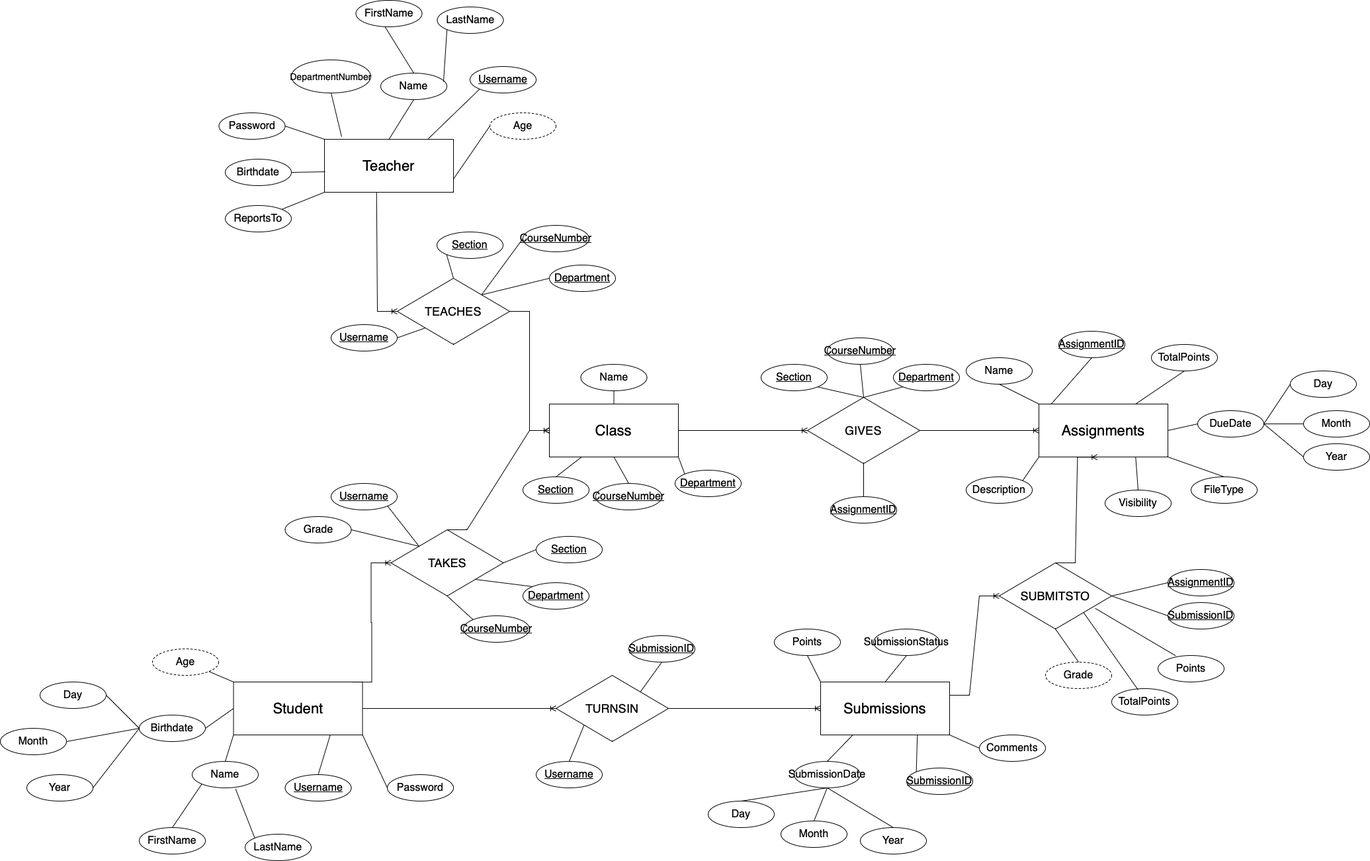
Earlier version of the draw.io export Documentation/erDiagramBenaWiesner.png (bbena99/DB_FP). Source tidied: cells renumbered, new cells last; positions are measured from the earlier drawing's top-left corner, leaving out a move shared by most shapes.
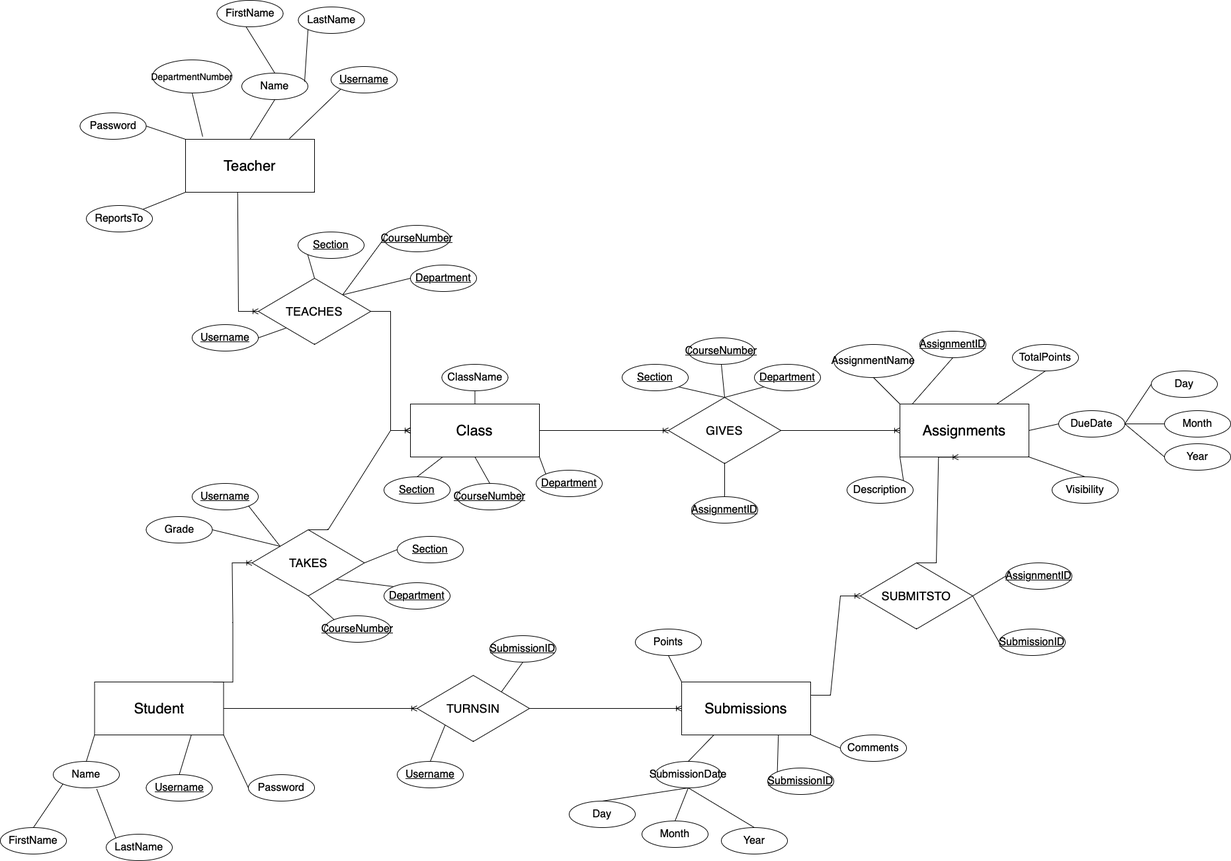
Later version of the same file.

What changed in the source:
```diff
@@ -14,15 +14,9 @@
     <mxCell id="5" value="&lt;font style=&quot;font-size: 16px;&quot;&gt;Name&lt;/font&gt;" style="ellipse;whiteSpace=wrap;html=1;align=center;" parent="1" vertex="1">
       <mxGeometry x="575" y="110" width="100" height="40" as="geometry" />
     </mxCell>
-    <mxCell id="6" value="&lt;font style=&quot;font-size: 16px;&quot;&gt;Birthdate&lt;/font&gt;" style="ellipse;whiteSpace=wrap;html=1;align=center;" parent="1" vertex="1">
-      <mxGeometry x="340" y="240" width="100" height="40" as="geometry" />
-    </mxCell>
     <mxCell id="7" value="&lt;font style=&quot;font-size: 16px;&quot;&gt;Username&lt;/font&gt;" style="ellipse;whiteSpace=wrap;html=1;align=center;fontStyle=4;" parent="1" vertex="1">
       <mxGeometry x="710" y="100" width="100" height="40" as="geometry" />
     </mxCell>
-    <mxCell id="8" value="&lt;font style=&quot;font-size: 16px;&quot;&gt;Age&lt;/font&gt;" style="ellipse;whiteSpace=wrap;html=1;align=center;dashed=1;" parent="1" vertex="1">
-      <mxGeometry x="740" y="170" width="100" height="40" as="geometry" />
-    </mxCell>
     <mxCell id="9" value="&lt;font style=&quot;font-size: 16px;&quot;&gt;FirstName&lt;/font&gt;" style="ellipse;whiteSpace=wrap;html=1;align=center;" parent="1" vertex="1">
       <mxGeometry x="537.5" width="100" height="40" as="geometry" />
     </mxCell>
@@ -35,12 +29,6 @@
     <mxCell id="12" style="endArrow=none;html=1;rounded=0;entryX=0;entryY=1;entryDx=0;entryDy=0;exitX=0.95;exitY=0.325;exitDx=0;exitDy=0;exitPerimeter=0;" parent="1" edge="1" source="5" target="10">
       <mxGeometry relative="1" as="geometry" />
     </mxCell>
-    <mxCell id="13" style="endArrow=none;html=1;rounded=0;entryX=0;entryY=0.5;entryDx=0;entryDy=0;exitX=1;exitY=0.75;exitDx=0;exitDy=0;" parent="1" edge="1" source="2" target="8">
-      <mxGeometry relative="1" as="geometry" />
-    </mxCell>
-    <mxCell id="14" style="endArrow=none;html=1;rounded=0;entryX=0.005;entryY=0.613;entryDx=0;entryDy=0;entryPerimeter=0;exitX=1;exitY=0.5;exitDx=0;exitDy=0;" parent="1" edge="1" source="6" target="2">
-      <mxGeometry relative="1" as="geometry" />
-    </mxCell>
     <mxCell id="15" style="endArrow=none;html=1;rounded=0;exitX=1;exitY=0.5;exitDx=0;exitDy=0;entryX=0;entryY=0;entryDx=0;entryDy=0;" parent="1" edge="1" source="3" target="2">
       <mxGeometry relative="1" as="geometry" />
     </mxCell>
@@ -107,9 +95,6 @@
     <mxCell id="32" style="edgeStyle=entityRelationEdgeStyle;fontSize=12;html=1;endArrow=ERoneToMany;rounded=0;exitX=1;exitY=0.5;exitDx=0;exitDy=0;entryX=0;entryY=0.5;entryDx=0;entryDy=0;" parent="1" edge="1" source="30" target="21">
       <mxGeometry relative="1" as="geometry" />
     </mxCell>
-    <mxCell id="33" value="&lt;font style=&quot;font-size: 16px;&quot;&gt;Birthdate&lt;/font&gt;" style="ellipse;whiteSpace=wrap;html=1;align=center;" parent="1" vertex="1">
-      <mxGeometry x="210" y="1080" width="100" height="40" as="geometry" />
-    </mxCell>
     <mxCell id="34" value="&lt;font style=&quot;font-size: 16px;&quot;&gt;Name&lt;/font&gt;" style="ellipse;whiteSpace=wrap;html=1;align=center;" parent="1" vertex="1">
       <mxGeometry x="290" y="1150" width="100" height="40" as="geometry" />
     </mxCell>
@@ -122,18 +107,9 @@
     <mxCell id="37" value="&lt;font style=&quot;font-size: 16px;&quot;&gt;Password&lt;/font&gt;" style="ellipse;whiteSpace=wrap;html=1;align=center;" parent="1" vertex="1">
       <mxGeometry x="585" y="1170" width="100" height="40" as="geometry" />
     </mxCell>
-    <mxCell id="38" value="&lt;font style=&quot;font-size: 16px;&quot;&gt;Age&lt;/font&gt;" style="ellipse;whiteSpace=wrap;html=1;align=center;dashed=1;" parent="1" vertex="1">
-      <mxGeometry x="230" y="980" width="100" height="40" as="geometry" />
-    </mxCell>
     <mxCell id="39" value="&lt;font style=&quot;font-size: 16px;&quot;&gt;Username&lt;/font&gt;" style="ellipse;whiteSpace=wrap;html=1;align=center;fontStyle=4;" parent="1" vertex="1">
       <mxGeometry x="430.5" y="1170" width="100" height="40" as="geometry" />
     </mxCell>
-    <mxCell id="40" style="endArrow=none;html=1;rounded=0;exitX=1;exitY=1;exitDx=0;exitDy=0;entryX=0;entryY=0;entryDx=0;entryDy=0;" parent="1" edge="1" source="38" target="26">
-      <mxGeometry relative="1" as="geometry" />
-    </mxCell>
-    <mxCell id="41" style="endArrow=none;html=1;rounded=0;exitX=1;exitY=0.5;exitDx=0;exitDy=0;entryX=0;entryY=0.5;entryDx=0;entryDy=0;" parent="1" edge="1" source="33" target="26">
-      <mxGeometry relative="1" as="geometry" />
-    </mxCell>
     <mxCell id="42" style="endArrow=none;html=1;rounded=0;entryX=0.5;entryY=0;entryDx=0;entryDy=0;exitX=0;exitY=1;exitDx=0;exitDy=0;" parent="1" edge="1" source="26" target="34">
       <mxGeometry relative="1" as="geometry" />
     </mxCell>
@@ -149,7 +125,7 @@
     <mxCell id="46" style="endArrow=none;html=1;rounded=0;exitX=1;exitY=1;exitDx=0;exitDy=0;entryX=0;entryY=0.5;entryDx=0;entryDy=0;" parent="1" edge="1" source="26" target="37">
       <mxGeometry relative="1" as="geometry" />
     </mxCell>
-    <mxCell id="47" value="&lt;font style=&quot;font-size: 16px;&quot;&gt;Name&lt;/font&gt;" style="ellipse;whiteSpace=wrap;html=1;align=center;" parent="1" vertex="1">
+    <mxCell id="47" value="&lt;font style=&quot;font-size: 16px;&quot;&gt;ClassName&lt;/font&gt;" style="ellipse;whiteSpace=wrap;html=1;align=center;" parent="1" vertex="1">
       <mxGeometry x="877.5" y="550" width="100" height="40" as="geometry" />
     </mxCell>
     <mxCell id="48" value="&lt;font style=&quot;font-size: 16px;&quot;&gt;Department&lt;/font&gt;" style="ellipse;whiteSpace=wrap;html=1;align=center;fontStyle=4;" parent="1" vertex="1">
@@ -230,7 +206,7 @@
     <mxCell id="73" value="&lt;font style=&quot;font-size: 16px;&quot;&gt;TotalPoints&lt;/font&gt;" style="ellipse;whiteSpace=wrap;html=1;align=center;" parent="1" vertex="1">
       <mxGeometry x="1740" y="520" width="100" height="40" as="geometry" />
     </mxCell>
-    <mxCell id="74" value="&lt;font style=&quot;font-size: 16px;&quot;&gt;FileType&lt;/font&gt;" style="ellipse;whiteSpace=wrap;html=1;align=center;" parent="1" vertex="1">
+    <mxCell id="74" value="&lt;font style=&quot;font-size: 16px;&quot;&gt;Visibility&lt;br&gt;&lt;/font&gt;" style="ellipse;whiteSpace=wrap;html=1;align=center;" parent="1" vertex="1">
       <mxGeometry x="1800" y="720" width="100" height="40" as="geometry" />
     </mxCell>
     <mxCell id="75" style="endArrow=none;html=1;rounded=0;entryX=1;entryY=1;entryDx=0;entryDy=0;exitX=0.5;exitY=0;exitDx=0;exitDy=0;" parent="1" edge="1" source="74" target="21">
@@ -266,8 +242,8 @@
     <mxCell id="85" value="&lt;font style=&quot;font-size: 18px;&quot;&gt;SUBMITSTO&lt;/font&gt;" style="shape=rhombus;perimeter=rhombusPerimeter;whiteSpace=wrap;html=1;align=center;" parent="1" vertex="1">
       <mxGeometry x="1510" y="850" width="170" height="100" as="geometry" />
     </mxCell>
-    <mxCell id="86" value="&lt;font style=&quot;font-size: 16px;&quot;&gt;Name&lt;/font&gt;" style="ellipse;whiteSpace=wrap;html=1;align=center;" parent="1" vertex="1">
-      <mxGeometry x="1460" y="540" width="100" height="40" as="geometry" />
+    <mxCell id="86" value="&lt;font style=&quot;font-size: 16px;&quot;&gt;AssignmentName&lt;/font&gt;" style="ellipse;whiteSpace=wrap;html=1;align=center;" parent="1" vertex="1">
+      <mxGeometry x="1470" y="520" width="120" height="50" as="geometry" />
     </mxCell>
     <mxCell id="87" style="endArrow=none;html=1;rounded=0;exitX=0.5;exitY=1;exitDx=0;exitDy=0;entryX=0;entryY=0;entryDx=0;entryDy=0;" parent="1" edge="1" source="86" target="21">
       <mxGeometry relative="1" as="geometry" />
@@ -281,9 +257,6 @@
     <mxCell id="90" value="&lt;font style=&quot;font-size: 16px;&quot;&gt;SubmissionID&lt;/font&gt;" style="ellipse;whiteSpace=wrap;html=1;align=center;fontStyle=4;" parent="1" vertex="1">
       <mxGeometry x="1370" y="1160" width="100" height="40" as="geometry" />
     </mxCell>
-    <mxCell id="91" value="&lt;font style=&quot;font-size: 16px;&quot;&gt;SubmissionStatus&lt;/font&gt;" style="ellipse;whiteSpace=wrap;html=1;align=center;" parent="1" vertex="1">
-      <mxGeometry x="1320" y="950" width="100" height="40" as="geometry" />
-    </mxCell>
     <mxCell id="92" style="endArrow=none;html=1;rounded=0;entryX=0.25;entryY=1;entryDx=0;entryDy=0;exitX=0.5;exitY=0;exitDx=0;exitDy=0;" parent="1" edge="1" source="89" target="81">
       <mxGeometry relative="1" as="geometry" />
     </mxCell>
@@ -293,9 +266,6 @@
     <mxCell id="94" style="endArrow=none;html=1;rounded=0;entryX=0.5;entryY=1;entryDx=0;entryDy=0;exitX=0;exitY=0;exitDx=0;exitDy=0;" parent="1" edge="1" source="81" target="88">
       <mxGeometry relative="1" as="geometry" />
     </mxCell>
-    <mxCell id="95" style="endArrow=none;html=1;rounded=0;exitX=0.5;exitY=1;exitDx=0;exitDy=0;entryX=0.5;entryY=0;entryDx=0;entryDy=0;" parent="1" edge="1" source="91" target="81">
-      <mxGeometry relative="1" as="geometry" />
-    </mxCell>
     <mxCell id="96" value="&lt;font style=&quot;font-size: 16px;&quot;&gt;Comments&lt;/font&gt;" style="ellipse;whiteSpace=wrap;html=1;align=center;" parent="1" vertex="1">
       <mxGeometry x="1480" y="1110" width="100" height="40" as="geometry" />
     </mxCell>
@@ -303,7 +273,7 @@
       <mxGeometry relative="1" as="geometry" />
     </mxCell>
     <mxCell id="98" value="&lt;font style=&quot;font-size: 16px;&quot;&gt;Description&lt;/font&gt;" style="ellipse;whiteSpace=wrap;html=1;align=center;" parent="1" vertex="1">
-      <mxGeometry x="1460" y="720" width="100" height="40" as="geometry" />
+      <mxGeometry x="1490" y="720" width="100" height="40" as="geometry" />
     </mxCell>
     <mxCell id="99" style="endArrow=none;html=1;rounded=0;entryX=0;entryY=1;entryDx=0;entryDy=0;exitX=1;exitY=0;exitDx=0;exitDy=0;" parent="1" edge="1" source="98" target="21">
       <mxGeometry relative="1" as="geometry" />
@@ -314,17 +284,11 @@
     <mxCell id="101" style="edgeStyle=entityRelationEdgeStyle;fontSize=12;html=1;endArrow=ERoneToMany;rounded=0;exitX=0.5;exitY=0;exitDx=0;exitDy=0;entryX=0.453;entryY=1.004;entryDx=0;entryDy=0;entryPerimeter=0;" parent="1" edge="1" source="85" target="21">
       <mxGeometry relative="1" as="geometry" />
     </mxCell>
-    <mxCell id="102" value="&lt;font style=&quot;font-size: 16px;&quot;&gt;Visibility&lt;/font&gt;" style="ellipse;whiteSpace=wrap;html=1;align=center;" parent="1" vertex="1">
-      <mxGeometry x="1670" y="740" width="100" height="40" as="geometry" />
-    </mxCell>
-    <mxCell id="103" style="endArrow=none;html=1;rounded=0;exitX=0.75;exitY=1;exitDx=0;exitDy=0;entryX=0.5;entryY=0;entryDx=0;entryDy=0;" parent="1" edge="1" source="21" target="102">
-      <mxGeometry relative="1" as="geometry" />
-    </mxCell>
     <mxCell id="104" value="&lt;font style=&quot;font-size: 16px;&quot;&gt;AssignmentID&lt;/font&gt;" style="ellipse;whiteSpace=wrap;html=1;align=center;fontStyle=4;" parent="1" vertex="1">
-      <mxGeometry x="1765" y="860" width="100" height="40" as="geometry" />
+      <mxGeometry x="1730" y="850" width="100" height="40" as="geometry" />
     </mxCell>
     <mxCell id="105" value="&lt;font style=&quot;font-size: 16px;&quot;&gt;SubmissionID&lt;/font&gt;" style="ellipse;whiteSpace=wrap;html=1;align=center;fontStyle=4;" parent="1" vertex="1">
-      <mxGeometry x="1765" y="910" width="100" height="40" as="geometry" />
+      <mxGeometry x="1720" y="950" width="100" height="40" as="geometry" />
     </mxCell>
     <mxCell id="106" style="endArrow=none;html=1;rounded=0;exitX=1;exitY=0.5;exitDx=0;exitDy=0;entryX=0;entryY=0.5;entryDx=0;entryDy=0;" parent="1" edge="1" source="85" target="104">
       <mxGeometry relative="1" as="geometry" />
@@ -332,27 +296,12 @@
     <mxCell id="107" style="endArrow=none;html=1;rounded=0;exitX=1;exitY=0.5;exitDx=0;exitDy=0;entryX=0;entryY=0.5;entryDx=0;entryDy=0;" parent="1" edge="1" source="85" target="105">
       <mxGeometry relative="1" as="geometry" />
     </mxCell>
-    <mxCell id="108" value="&lt;font style=&quot;font-size: 16px;&quot;&gt;Grade&lt;/font&gt;" style="ellipse;whiteSpace=wrap;html=1;align=center;dashed=1;" parent="1" vertex="1">
-      <mxGeometry x="1580" y="1000" width="100" height="40" as="geometry" />
-    </mxCell>
-    <mxCell id="109" value="&lt;font style=&quot;font-size: 16px;&quot;&gt;Points&lt;/font&gt;" style="ellipse;whiteSpace=wrap;html=1;align=center;" parent="1" vertex="1">
-      <mxGeometry x="1750" y="990" width="100" height="40" as="geometry" />
-    </mxCell>
-    <mxCell id="110" style="endArrow=none;html=1;rounded=0;exitX=0.853;exitY=0.687;exitDx=0;exitDy=0;exitPerimeter=0;entryX=0.267;entryY=0.008;entryDx=0;entryDy=0;entryPerimeter=0;" parent="1" edge="1" source="85" target="109">
-      <mxGeometry relative="1" as="geometry" />
-    </mxCell>
-    <mxCell id="111" value="&lt;font style=&quot;font-size: 16px;&quot;&gt;TotalPoints&lt;/font&gt;" style="ellipse;whiteSpace=wrap;html=1;align=center;" parent="1" vertex="1">
-      <mxGeometry x="1680" y="1040" width="100" height="40" as="geometry" />
-    </mxCell>
-    <mxCell id="112" style="endArrow=none;html=1;rounded=0;entryX=0.4;entryY=0.05;entryDx=0;entryDy=0;entryPerimeter=0;exitX=1;exitY=1;exitDx=0;exitDy=0;" parent="1" edge="1" source="85" target="111">
-      <mxGeometry relative="1" as="geometry" />
-    </mxCell>
-    <mxCell id="113" style="edgeStyle=orthogonalEdgeStyle;rounded=0;orthogonalLoop=1;jettySize=auto;html=1;exitX=0.5;exitY=1;exitDx=0;exitDy=0;" parent="1" edge="1" source="111" target="111">
-      <mxGeometry relative="1" as="geometry" />
+    <mxCell id="113" style="edgeStyle=orthogonalEdgeStyle;rounded=0;orthogonalLoop=1;jettySize=auto;html=1;exitX=0.5;exitY=1;exitDx=0;exitDy=0;" parent="1" edge="1">
+      <mxGeometry relative="1" as="geometry">
+        <mxPoint x="1730" y="1080" as="sourcePoint" />
+        <mxPoint x="1730" y="1080" as="targetPoint" />
+      </mxGeometry>
     </mxCell>
-    <mxCell id="114" style="endArrow=none;html=1;rounded=0;entryX=0.5;entryY=0;entryDx=0;entryDy=0;exitX=0.5;exitY=1;exitDx=0;exitDy=0;" parent="1" edge="1" source="85" target="108">
-      <mxGeometry relative="1" as="geometry" />
-    </mxCell>
     <mxCell id="115" value="&lt;font style=&quot;font-size: 16px;&quot;&gt;Username&lt;/font&gt;" style="ellipse;whiteSpace=wrap;html=1;align=center;fontStyle=4;" parent="1" vertex="1">
       <mxGeometry x="810" y="1150" width="100" height="40" as="geometry" />
     </mxCell>
@@ -365,24 +314,6 @@
     <mxCell id="118" style="endArrow=none;html=1;rounded=0;exitX=1;exitY=0;exitDx=0;exitDy=0;entryX=0.5;entryY=1;entryDx=0;entryDy=0;" parent="1" edge="1" source="83" target="116">
       <mxGeometry relative="1" as="geometry" />
     </mxCell>
-    <mxCell id="119" value="&lt;font style=&quot;font-size: 16px;&quot;&gt;Day&lt;/font&gt;" style="ellipse;whiteSpace=wrap;html=1;align=center;" parent="1" vertex="1">
-      <mxGeometry x="60" y="1030" width="100" height="40" as="geometry" />
-    </mxCell>
-    <mxCell id="120" value="&lt;font style=&quot;font-size: 16px;&quot;&gt;Month&lt;/font&gt;" style="ellipse;whiteSpace=wrap;html=1;align=center;" parent="1" vertex="1">
-      <mxGeometry y="1100" width="100" height="40" as="geometry" />
-    </mxCell>
-    <mxCell id="121" value="&lt;font style=&quot;font-size: 16px;&quot;&gt;Year&lt;/font&gt;" style="ellipse;whiteSpace=wrap;html=1;align=center;" parent="1" vertex="1">
-      <mxGeometry x="40" y="1170" width="100" height="40" as="geometry" />
-    </mxCell>
-    <mxCell id="122" style="endArrow=none;html=1;rounded=0;exitX=1;exitY=0.5;exitDx=0;exitDy=0;entryX=0;entryY=0.5;entryDx=0;entryDy=0;" parent="1" edge="1" source="120" target="33">
-      <mxGeometry relative="1" as="geometry" />
-    </mxCell>
-    <mxCell id="123" style="endArrow=none;html=1;rounded=0;exitX=1;exitY=0.5;exitDx=0;exitDy=0;entryX=0;entryY=0.5;entryDx=0;entryDy=0;" parent="1" edge="1" source="119" target="33">
-      <mxGeometry relative="1" as="geometry" />
-    </mxCell>
-    <mxCell id="124" style="endArrow=none;html=1;rounded=0;exitX=1;exitY=0.5;exitDx=0;exitDy=0;entryX=0;entryY=0.5;entryDx=0;entryDy=0;" parent="1" edge="1" source="121" target="33">
-      <mxGeometry relative="1" as="geometry" />
-    </mxCell>
     <mxCell id="125" value="&lt;font style=&quot;font-size: 16px;&quot;&gt;Year&lt;/font&gt;" style="ellipse;whiteSpace=wrap;html=1;align=center;" parent="1" vertex="1">
       <mxGeometry x="1300" y="1250" width="100" height="40" as="geometry" />
     </mxCell>
```
